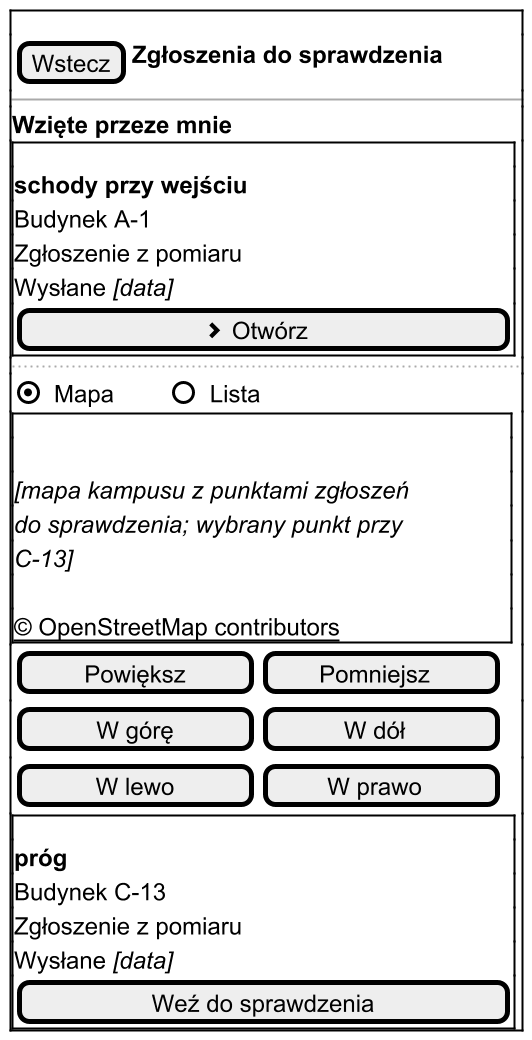
Above: docs/docs/_generated/m-r1-kolejka-weryfikacji-mapa.png in dostepny-kampus/dostepny-kampus (PlantUML), before the change.
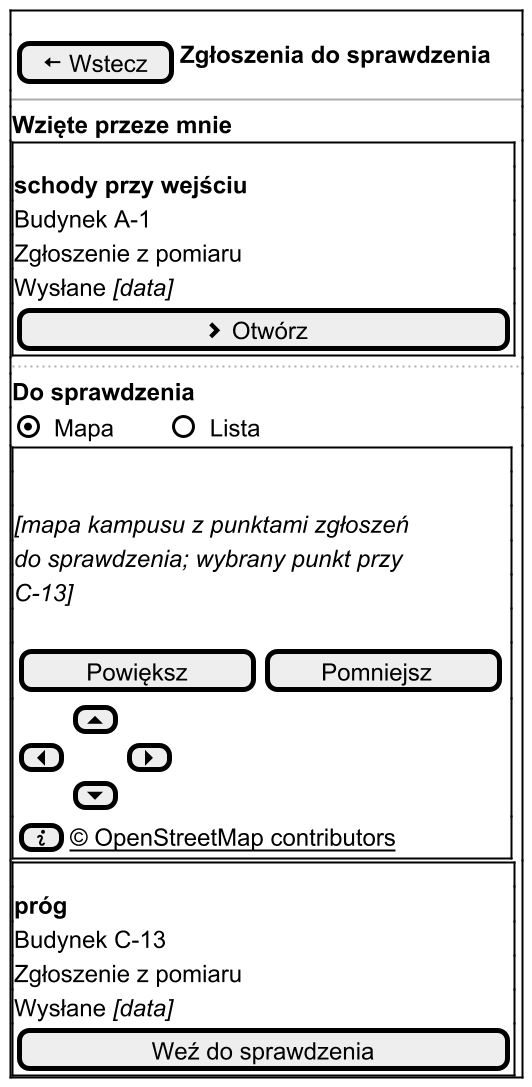
After the change.

What changed in the source:
```diff
@@ -1,6 +1,7 @@
 @startsalt
 ' R1 Kolejka weryfikacji, stan zwykły, widok mapy, Weryfikator wybrał punkt na mapie.
-' Atrybucja OSM na mapie, podkreślona jako odnośnik do strony praw autorskich (NFR-37).
+' Atrybucja OSM na mapie, podkreślona jako odnośnik do strony praw autorskich, i „ⓘ” ze źródłami
+' jak na V1 (NFR-37, decyzja 93).
 !include _wspolne.iuml
 $ekran_poczatek()
 $naglowek("Zgłoszenia do sprawdzenia")
@@ -13,9 +14,9 @@
 $przycisk("Otwórz", "chevron-right")
 }
 ..
+<b>Do sprawdzenia</b>
 $przelacznik("Mapa", "Lista", 1)
-$mapa("mapa kampusu z punktami zgłoszeń do sprawdzenia; wybrany punkt przy C-13")
-$przyciski_mapy()
+$mapa("mapa kampusu z punktami zgłoszeń do sprawdzenia; wybrany punkt przy C-13", "", "info")
 $ramka()
 <b>próg</b>
 Budynek C-13
```
